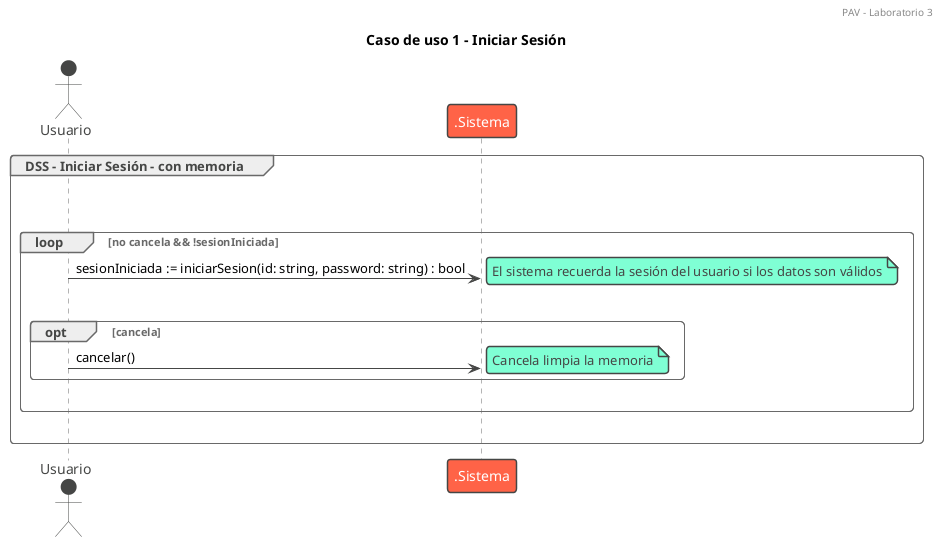
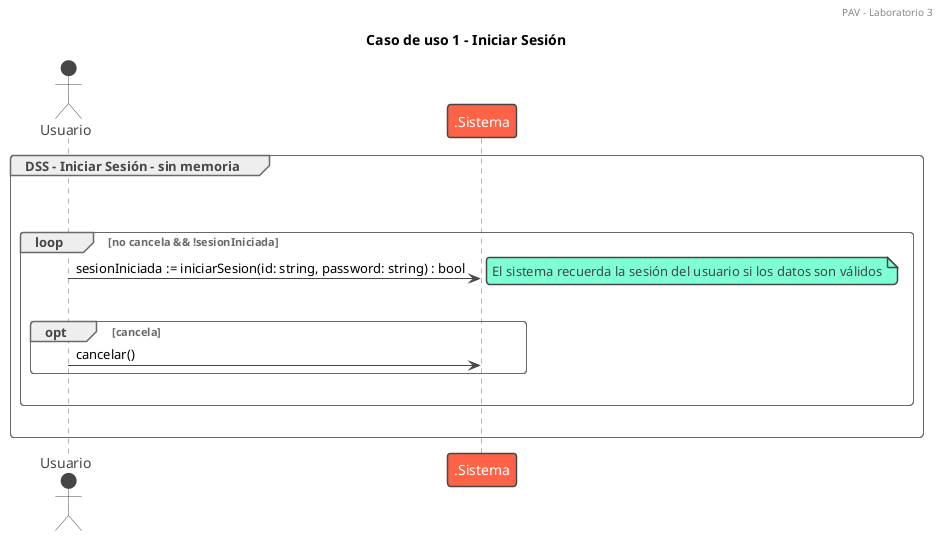
@startuml iniciarSesion

/'El caso de uso comienza cuando un usuario, que no tiene una sesión iniciada,
desea ingresar al sistema. Para ello, el sistema solicita su identificador y su
contraseña. El usuario ingresa ambos datos y, si la contraseña es correcta, el
sistema inicia la sesión. En caso contrario, el sistema informa que los datos
ingresados no son válidos y el usuario puede volver a intentar o cancelar el caso
de uso.'/
!theme vibrant
header PAV - Laboratorio 3

title Caso de uso 1 - Iniciar Sesión

- group DSS - Iniciar Sesión - con memoria
+ group DSS - Iniciar Sesión - sin memoria
|||
actor Usuario
|||

loop no cancela && !sesionIniciada

    Usuario -> .Sistema : sesionIniciada := iniciarSesion(id: string, password: string) : bool
    note right: El sistema recuerda la sesión del usuario si los datos son válidos
    |||

    opt cancela
        Usuario -> .Sistema : cancelar()
-         note right: Cancela limpia la memoria
    end
    |||

end

|||
end
@enduml